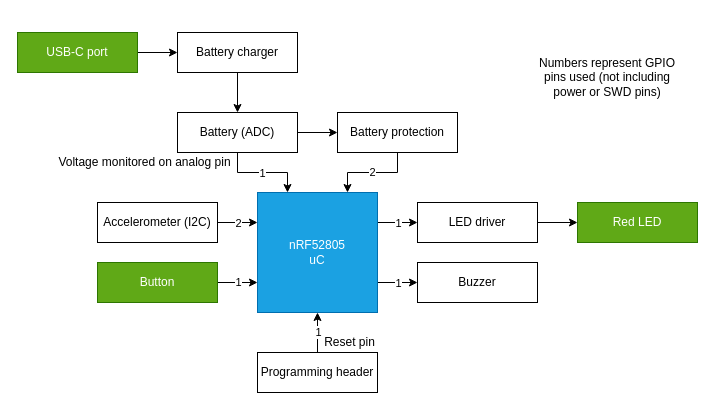
Embedded-Shark-LLC/BT-Bike-Light keeps this draw.io diagram as docs/DWG_HW-Architecture.drawio. Above is the earlier version. Source tidied: cells renumbered, new cells numbered last; positions are measured from the earlier drawing's top-left corner, leaving out a move shared by most shapes. Both pictures are drawn from the tidied source at 100%, with x=0, y=0 at pixel (17, 32).
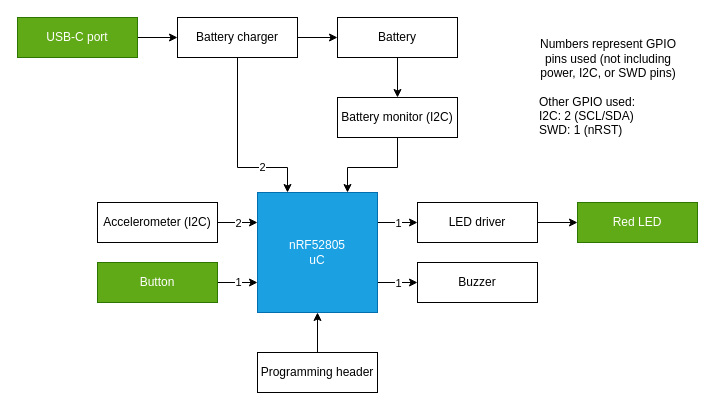
Above is the later version.

Commit message (it also covers changes not shown here):
Clean up schematic

Unchanged cells that the change refers to:
```xml
<mxCell id="6" value="nRF52805&lt;div&gt;uC&lt;/div&gt;" style="rounded=0;whiteSpace=wrap;html=1;fillColor=#1ba1e2;fontColor=#ffffff;strokeColor=#006EAF;" parent="1" vertex="1">
  <mxGeometry x="240" y="160" width="120" height="120" as="geometry" />
</mxCell>
<mxCell id="21" style="edgeStyle=orthogonalEdgeStyle;rounded=0;jettySize=auto;html=1;" parent="1" edge="1" source="23" target="6">
  <mxGeometry relative="1" as="geometry" />
</mxCell>
```

Change to the diagram source:
```diff
@@
-    <mxCell id="12" style="edgeStyle=orthogonalEdgeStyle;rounded=0;jettySize=auto;html=1;exitX=0.5;exitY=1;exitDx=0;exitDy=0;entryX=0.25;entryY=0;entryDx=0;entryDy=0;" parent="1" edge="1" source="15" target="6">
-      <mxGeometry relative="1" as="geometry" />
-    </mxCell>
-    <mxCell id="13" value="1" style="edgeLabel;html=1;align=center;verticalAlign=middle;" parent="12" vertex="1">
-      <mxGeometry x="-0.03" relative="1" as="geometry" />
-    </mxCell>
-    <mxCell id="14" style="edgeStyle=orthogonalEdgeStyle;rounded=0;jettySize=auto;html=1;exitX=1;exitY=0.5;exitDx=0;exitDy=0;entryX=0;entryY=0.5;entryDx=0;entryDy=0;" parent="1" edge="1" source="15" target="18">
+    <mxCell id="14" style="edgeStyle=orthogonalEdgeStyle;rounded=0;jettySize=auto;html=1;" parent="1" edge="1" source="15" target="18">
       <mxGeometry relative="1" as="geometry" />
     </mxCell>
-    <mxCell id="15" value="Battery (ADC)" style="rounded=0;whiteSpace=wrap;html=1;" parent="1" vertex="1">
-      <mxGeometry x="160" y="80" width="120" height="40" as="geometry" />
+    <mxCell id="15" value="Battery" style="rounded=0;whiteSpace=wrap;html=1;" parent="1" vertex="1">
+      <mxGeometry x="320" y="-15" width="120" height="40" as="geometry" />
     </mxCell>
     <mxCell id="16" style="edgeStyle=orthogonalEdgeStyle;rounded=0;jettySize=auto;html=1;entryX=0.75;entryY=0;entryDx=0;entryDy=0;" parent="1" edge="1" source="18" target="6">
-      <mxGeometry relative="1" as="geometry" />
+      <mxGeometry relative="1" as="geometry">
+        <Array as="points">
+          <mxPoint x="380" y="135" />
+          <mxPoint x="330" y="135" />
+        </Array>
+      </mxGeometry>
     </mxCell>
-    <mxCell id="17" value="2" style="edgeLabel;html=1;align=center;verticalAlign=middle;" parent="16" vertex="1">
-      <mxGeometry x="0.03" y="-1" relative="1" as="geometry" />
-    </mxCell>
-    <mxCell id="18" value="Battery protection" style="rounded=0;whiteSpace=wrap;html=1;" parent="1" vertex="1">
-      <mxGeometry x="320" y="80" width="120" height="40" as="geometry" />
+    <mxCell id="18" value="Battery monitor (I2C)" style="rounded=0;whiteSpace=wrap;html=1;" parent="1" vertex="1">
+      <mxGeometry x="320" y="65" width="120" height="40" as="geometry" />
     </mxCell>
@@
     <mxCell id="20" value="USB-C port" style="rounded=0;whiteSpace=wrap;html=1;fillColor=#60a917;fontColor=#ffffff;strokeColor=#2D7600;" parent="1" vertex="1">
-      <mxGeometry width="120" height="40" as="geometry" />
+      <mxGeometry y="-15" width="120" height="40" as="geometry" />
     </mxCell>
@@
-    <mxCell id="22" value="1" style="edgeLabel;html=1;align=center;verticalAlign=middle;" parent="21" vertex="1">
-      <mxGeometry x="0.04" relative="1" as="geometry" />
-    </mxCell>
@@
+    <mxCell id="34" style="edgeStyle=orthogonalEdgeStyle;rounded=0;jettySize=auto;html=1;exitX=0.5;exitY=1;exitDx=0;exitDy=0;entryX=0.25;entryY=0;entryDx=0;entryDy=0;" parent="1" edge="1" source="27" target="6">
+      <mxGeometry relative="1" as="geometry">
+        <Array as="points">
+          <mxPoint x="220" y="135" />
+          <mxPoint x="270" y="135" />
+        </Array>
+      </mxGeometry>
+    </mxCell>
+    <mxCell id="17" value="2" style="edgeLabel;html=1;align=center;verticalAlign=middle;" parent="34" vertex="1">
+      <mxGeometry x="0.45" y="1" relative="1" as="geometry" />
+    </mxCell>
-    <mxCell id="26" style="edgeStyle=orthogonalEdgeStyle;rounded=0;jettySize=auto;html=1;exitX=0.5;exitY=1;exitDx=0;exitDy=0;entryX=0.5;entryY=0;entryDx=0;entryDy=0;" parent="1" edge="1" source="27" target="15">
+    <mxCell id="26" style="edgeStyle=orthogonalEdgeStyle;rounded=0;jettySize=auto;html=1;" parent="1" edge="1" source="27" target="15">
       <mxGeometry relative="1" as="geometry" />
     </mxCell>
     <mxCell id="27" value="Battery charger" style="rounded=0;whiteSpace=wrap;html=1;" parent="1" vertex="1">
-      <mxGeometry x="160" width="120" height="40" as="geometry" />
+      <mxGeometry x="160" y="-15" width="120" height="40" as="geometry" />
     </mxCell>
@@
-    <mxCell id="31" value="Numbers represent GPIO pins used (not including power or SWD pins)" style="text;html=1;align=center;verticalAlign=middle;whiteSpace=wrap;rounded=0;" parent="1" vertex="1">
-      <mxGeometry x="520" y="20" width="140" height="50" as="geometry" />
+    <mxCell id="31" value="&lt;div style=&quot;text-align: center;&quot;&gt;&lt;span style=&quot;background-color: initial;&quot;&gt;Numbers represent GPIO pins used (not including power, I2C, or SWD pins)&lt;/span&gt;&lt;/div&gt;&lt;br&gt;Other GPIO used:&lt;br&gt;I2C: 2 (SCL/SDA)&lt;br&gt;&lt;div style=&quot;&quot;&gt;&lt;span style=&quot;background-color: initial;&quot;&gt;SWD: 1 (nRST)&lt;br&gt;&lt;/span&gt;&lt;/div&gt;" style="text;html=1;align=left;verticalAlign=middle;whiteSpace=wrap;rounded=0;" parent="1" vertex="1">
+      <mxGeometry x="520" y="5" width="140" height="100" as="geometry" />
     </mxCell>
-    <mxCell id="32" value="Voltage monitored on analog pin" style="text;html=1;align=center;verticalAlign=middle;whiteSpace=wrap;rounded=0;fontSize=12;" parent="1" vertex="1">
-      <mxGeometry x="35" y="120" width="185" height="20" as="geometry" />
-    </mxCell>
-    <mxCell id="33" value="Reset pin" style="text;html=1;align=center;verticalAlign=middle;whiteSpace=wrap;rounded=0;fontSize=12;" parent="1" vertex="1">
-      <mxGeometry x="305" y="300" width="55" height="20" as="geometry" />
-    </mxCell>
```
